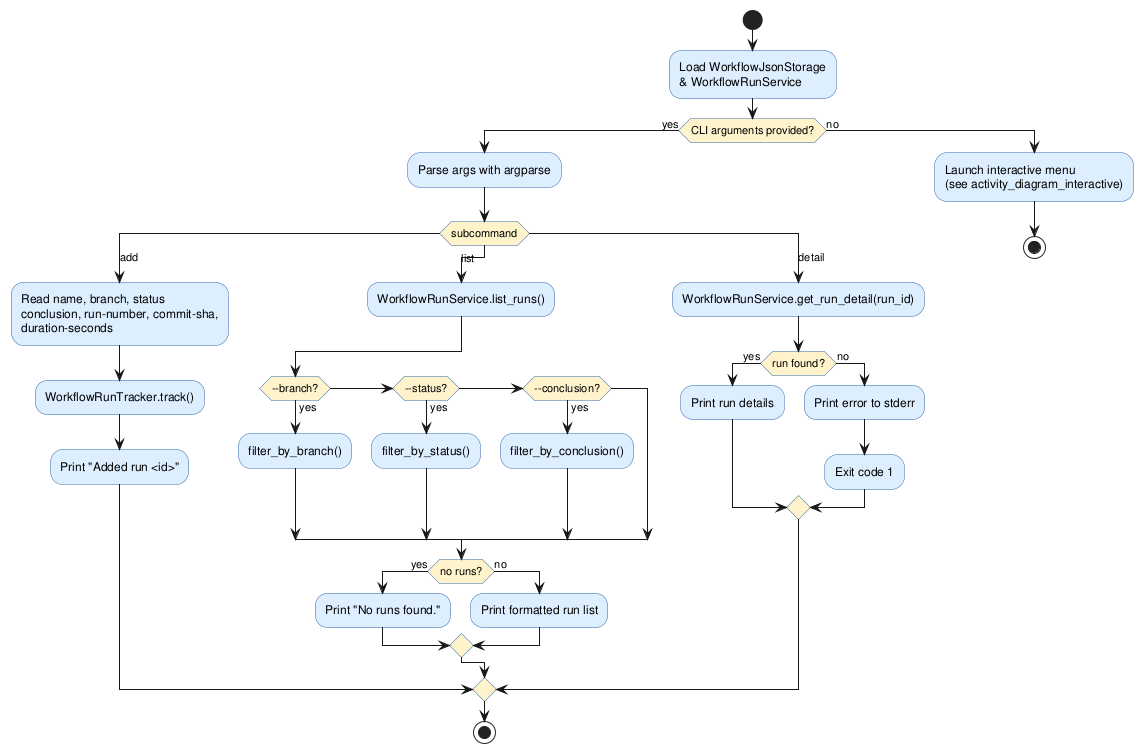
Before: experiments/pipeline/structured_text/github-workflow-manager/artifacts/activity_diagram_main.png, a diagram exported from PlantUML (DanielRiha8906/Software_autoevolution_using_agents).
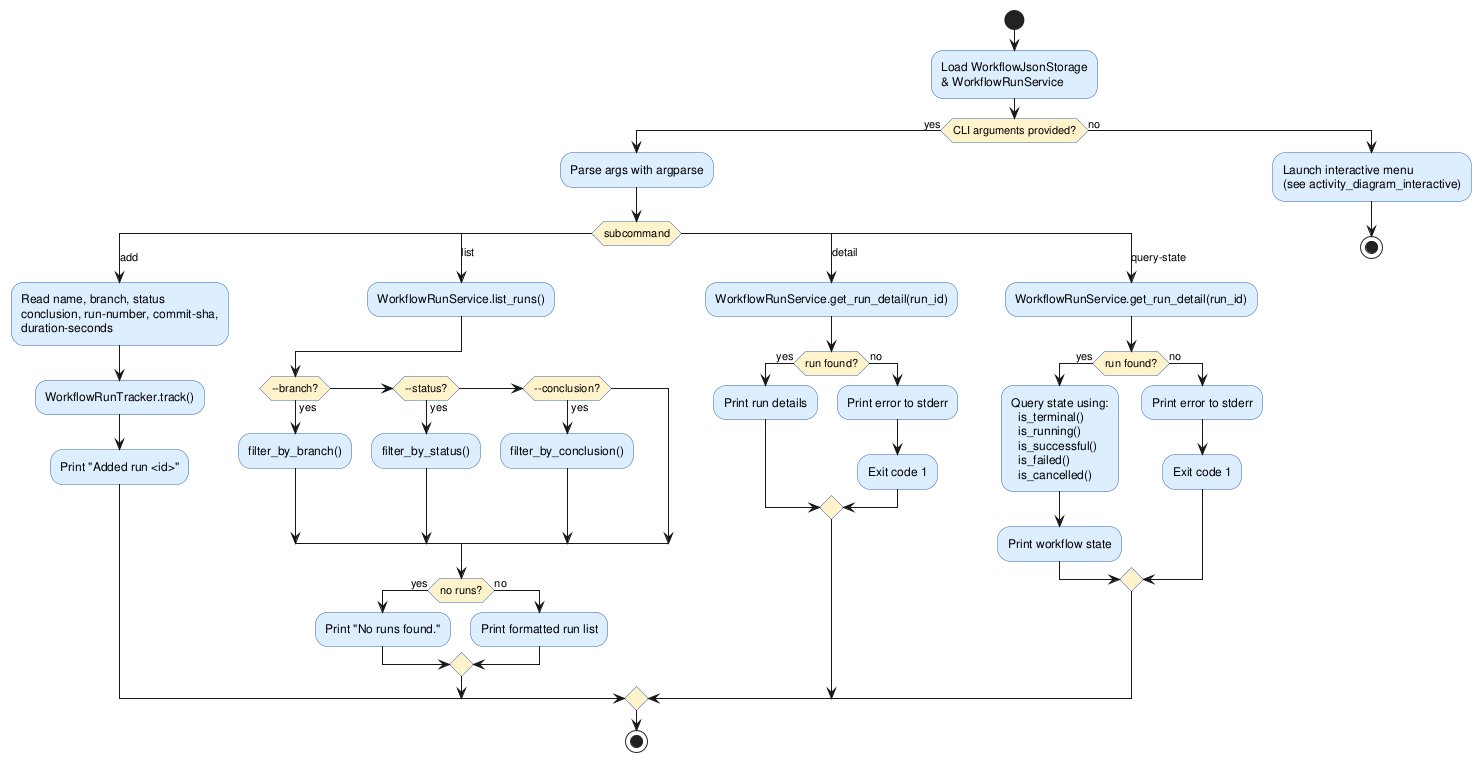
The same diagram one commit later.

The edit, as a diff of the source:
```diff
@@ -41,6 +41,16 @@
         :Exit code 1;
       endif
 
+    case (query-state)
+      :WorkflowRunService.get_run_detail(run_id);
+      if (run found?) then (yes)
+        :Query state using:\n  is_terminal()\n  is_running()\n  is_successful()\n  is_failed()\n  is_cancelled();
+        :Print workflow state;
+      else (no)
+        :Print error to stderr;
+        :Exit code 1;
+      endif
+
   endswitch
   stop
 
```
